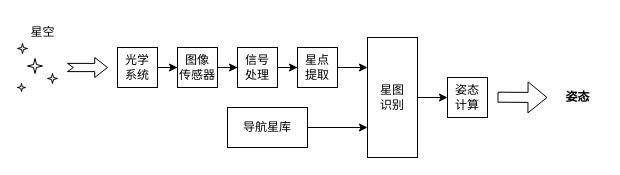
This is 星敏感器工作原理框图.drawio from Isaiah-wood/draw.io, a draw.io file, before an edit. Source tidied: cells renumbered, new cells numbered last; positions are measured from the earlier drawing's top-left corner, leaving out a move shared by most shapes. Both pictures are drawn from the tidied source at 100%, with x=0, y=0 at pixel (17, 17).
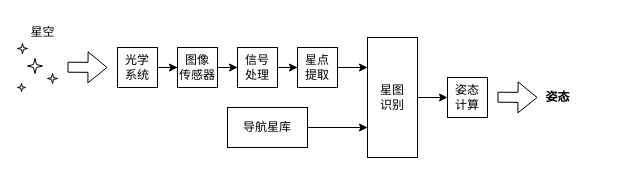
The same page after the edit.

Commit message:
更新星敏感器工作原理框图.drawio

What changed in the source:
```diff
@@
     <mxCell id="15" style="shape=flexArrow;endArrow=classic;html=1;rounded=0;" parent="1" edge="1">
       <mxGeometry relative="1" as="geometry">
         <mxPoint x="480" y="79.7" as="sourcePoint" />
-        <mxPoint x="530" y="80" as="targetPoint" />
+        <mxPoint x="520" y="80" as="targetPoint" />
       </mxGeometry>
     </mxCell>
     <mxCell id="16" value="&lt;b&gt;姿态&lt;/b&gt;" style="text;html=1;align=center;verticalAlign=middle;strokeColor=none;fillColor=none;" parent="1" vertex="1">
-      <mxGeometry x="535" y="65" width="50" height="30" as="geometry" />
+      <mxGeometry x="515" y="65" width="50" height="30" as="geometry" />
     </mxCell>
@@
-    <mxCell id="21" style="html=1;shadow=0;dashed=0;align=center;verticalAlign=middle;shape=mxgraph.arrows2.arrow;dy=0.59;dx=12.78;notch=5.83;" parent="1" vertex="1">
-      <mxGeometry x="50" y="40" width="40" height="20" as="geometry" />
-    </mxCell>
@@
+    <mxCell id="23" style="shape=flexArrow;endArrow=classic;html=1;rounded=0;" parent="1" edge="1">
+      <mxGeometry relative="1" as="geometry">
+        <mxPoint x="50" y="49.7" as="sourcePoint" />
+        <mxPoint x="90" y="50" as="targetPoint" />
+      </mxGeometry>
+    </mxCell>
```
